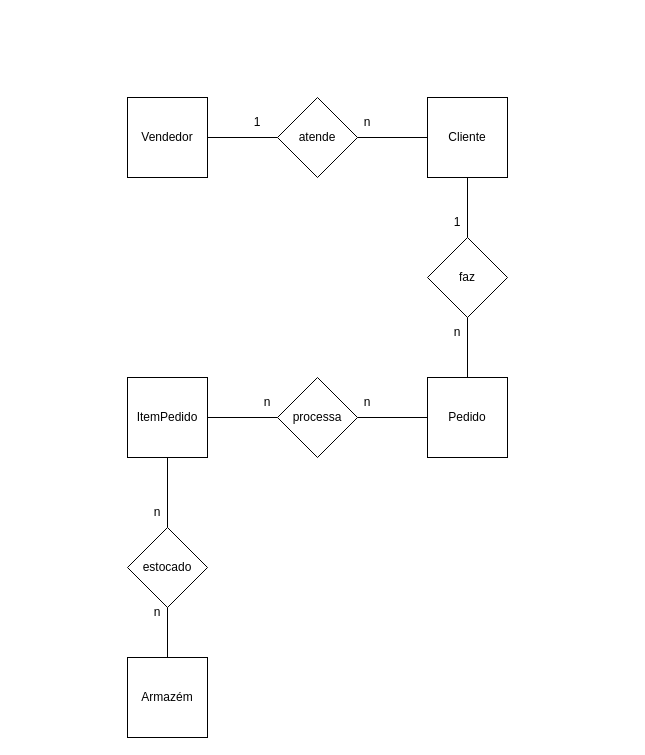
The draw.io diagram exer02_06.drawio in gv01d/BD, before the edit. Source tidied: cells renumbered, new cells numbered last; positions are measured from the earlier drawing's top-left corner, leaving out a move shared by most shapes. Both pictures are drawn from the tidied source at 100%, with x=0, y=0 at pixel (127, 97).
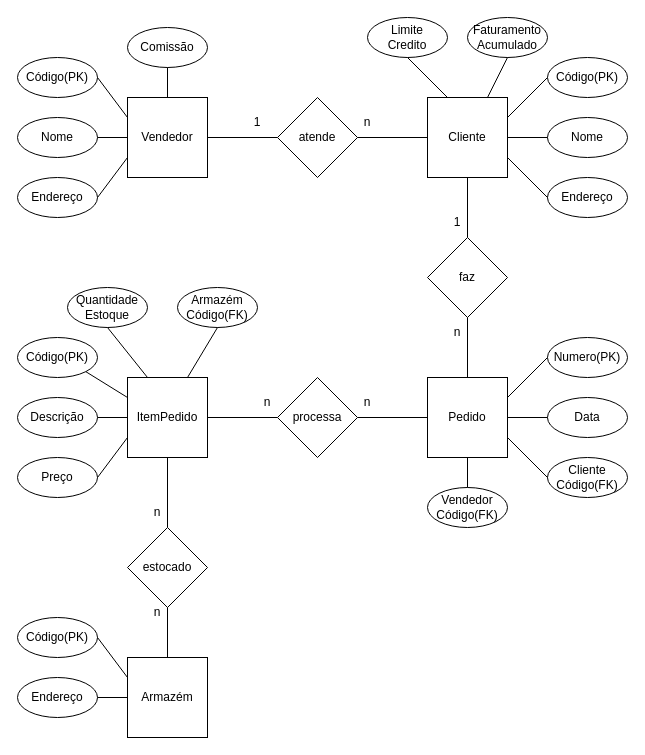
The same page after the edit.

The change refers to these unchanged cells:
```xml
<mxCell id="2" value="Vendedor" style="whiteSpace=wrap;html=1;" parent="1" vertex="1">
  <mxGeometry width="80" height="80" as="geometry" />
</mxCell>
<mxCell id="4" value="Cliente" style="whiteSpace=wrap;html=1;" parent="1" vertex="1">
  <mxGeometry x="300" width="80" height="80" as="geometry" />
</mxCell>
<mxCell id="5" value="Armazém" style="whiteSpace=wrap;html=1;" parent="1" vertex="1">
  <mxGeometry y="560" width="80" height="80" as="geometry" />
</mxCell>
<mxCell id="6" value="ItemPedido" style="whiteSpace=wrap;html=1;" parent="1" vertex="1">
  <mxGeometry y="280" width="80" height="80" as="geometry" />
</mxCell>
<mxCell id="10" value="Pedido" style="whiteSpace=wrap;html=1;" parent="1" vertex="1">
  <mxGeometry x="300" y="280" width="80" height="80" as="geometry" />
</mxCell>
```

What changed in the source:
```diff
@@
+    <mxCell id="27" value="Código(PK)" style="ellipse;whiteSpace=wrap;html=1;" parent="1" vertex="1">
+      <mxGeometry x="-110" y="-40" width="80" height="40" as="geometry" />
+    </mxCell>
+    <mxCell id="28" value="Nome" style="ellipse;whiteSpace=wrap;html=1;" parent="1" vertex="1">
+      <mxGeometry x="-110" y="20" width="80" height="40" as="geometry" />
+    </mxCell>
+    <mxCell id="29" value="Endereço" style="ellipse;whiteSpace=wrap;html=1;" parent="1" vertex="1">
+      <mxGeometry x="-110" y="80" width="80" height="40" as="geometry" />
+    </mxCell>
+    <mxCell id="30" value="Comissão" style="ellipse;whiteSpace=wrap;html=1;" parent="1" vertex="1">
+      <mxGeometry y="-70" width="80" height="40" as="geometry" />
+    </mxCell>
+    <mxCell id="31" style="endArrow=none;html=1;rounded=0;entryX=0.5;entryY=1;entryDx=0;entryDy=0;exitX=0.5;exitY=0;exitDx=0;exitDy=0;" parent="1" edge="1" source="2" target="30">
+      <mxGeometry relative="1" as="geometry" />
+    </mxCell>
+    <mxCell id="32" style="endArrow=none;html=1;rounded=0;entryX=1;entryY=0.5;entryDx=0;entryDy=0;exitX=0;exitY=0.25;exitDx=0;exitDy=0;" parent="1" edge="1" source="2" target="27">
+      <mxGeometry relative="1" as="geometry" />
+    </mxCell>
+    <mxCell id="33" style="endArrow=none;html=1;rounded=0;entryX=1;entryY=0.5;entryDx=0;entryDy=0;exitX=0;exitY=0.5;exitDx=0;exitDy=0;" parent="1" edge="1" source="2" target="28">
+      <mxGeometry relative="1" as="geometry" />
+    </mxCell>
+    <mxCell id="34" style="endArrow=none;html=1;rounded=0;entryX=1;entryY=0.5;entryDx=0;entryDy=0;exitX=0;exitY=0.75;exitDx=0;exitDy=0;" parent="1" edge="1" source="2" target="29">
+      <mxGeometry relative="1" as="geometry" />
+    </mxCell>
+    <mxCell id="35" value="Código(PK)" style="ellipse;whiteSpace=wrap;html=1;" parent="1" vertex="1">
+      <mxGeometry x="420" y="-40" width="80" height="40" as="geometry" />
+    </mxCell>
+    <mxCell id="36" value="Nome" style="ellipse;whiteSpace=wrap;html=1;" parent="1" vertex="1">
+      <mxGeometry x="420" y="20" width="80" height="40" as="geometry" />
+    </mxCell>
+    <mxCell id="37" value="Endereço" style="ellipse;whiteSpace=wrap;html=1;" parent="1" vertex="1">
+      <mxGeometry x="420" y="80" width="80" height="40" as="geometry" />
+    </mxCell>
+    <mxCell id="38" value="Faturamento&lt;br&gt;Acumulado" style="ellipse;whiteSpace=wrap;html=1;" parent="1" vertex="1">
+      <mxGeometry x="340" y="-80" width="80" height="40" as="geometry" />
+    </mxCell>
+    <mxCell id="39" value="Limite&lt;br&gt;Credito" style="ellipse;whiteSpace=wrap;html=1;" parent="1" vertex="1">
+      <mxGeometry x="240" y="-80" width="80" height="40" as="geometry" />
+    </mxCell>
+    <mxCell id="40" style="endArrow=none;html=1;rounded=0;exitX=0.5;exitY=1;exitDx=0;exitDy=0;entryX=0.25;entryY=0;entryDx=0;entryDy=0;" parent="1" edge="1" source="39" target="4">
+      <mxGeometry relative="1" as="geometry" />
+    </mxCell>
+    <mxCell id="41" style="endArrow=none;html=1;rounded=0;exitX=0.5;exitY=1;exitDx=0;exitDy=0;entryX=0.75;entryY=0;entryDx=0;entryDy=0;" parent="1" edge="1" source="38" target="4">
+      <mxGeometry relative="1" as="geometry" />
+    </mxCell>
+    <mxCell id="42" style="endArrow=none;html=1;rounded=0;exitX=0;exitY=0.5;exitDx=0;exitDy=0;entryX=1;entryY=0.25;entryDx=0;entryDy=0;" parent="1" edge="1" source="35" target="4">
+      <mxGeometry relative="1" as="geometry" />
+    </mxCell>
+    <mxCell id="43" style="endArrow=none;html=1;rounded=0;exitX=0;exitY=0.5;exitDx=0;exitDy=0;entryX=1;entryY=0.5;entryDx=0;entryDy=0;" parent="1" edge="1" source="36" target="4">
+      <mxGeometry relative="1" as="geometry" />
+    </mxCell>
+    <mxCell id="44" style="endArrow=none;html=1;rounded=0;exitX=0;exitY=0.5;exitDx=0;exitDy=0;entryX=1;entryY=0.75;entryDx=0;entryDy=0;" parent="1" edge="1" source="37" target="4">
+      <mxGeometry relative="1" as="geometry" />
+    </mxCell>
+    <mxCell id="45" value="Numero(PK)" style="ellipse;whiteSpace=wrap;html=1;" parent="1" vertex="1">
+      <mxGeometry x="420" y="240" width="80" height="40" as="geometry" />
+    </mxCell>
+    <mxCell id="46" value="Data" style="ellipse;whiteSpace=wrap;html=1;" parent="1" vertex="1">
+      <mxGeometry x="420" y="300" width="80" height="40" as="geometry" />
+    </mxCell>
+    <mxCell id="47" value="Cliente&lt;br&gt;Código(FK)" style="ellipse;whiteSpace=wrap;html=1;" parent="1" vertex="1">
+      <mxGeometry x="420" y="360" width="80" height="40" as="geometry" />
+    </mxCell>
+    <mxCell id="48" value="Vendedor&lt;br&gt;Código(FK)" style="ellipse;whiteSpace=wrap;html=1;" parent="1" vertex="1">
+      <mxGeometry x="300" y="390" width="80" height="40" as="geometry" />
+    </mxCell>
+    <mxCell id="49" style="endArrow=none;html=1;rounded=0;entryX=0.5;entryY=1;entryDx=0;entryDy=0;exitX=0.5;exitY=0;exitDx=0;exitDy=0;" parent="1" edge="1" source="48" target="10">
+      <mxGeometry relative="1" as="geometry" />
+    </mxCell>
+    <mxCell id="50" style="endArrow=none;html=1;rounded=0;entryX=0;entryY=0.5;entryDx=0;entryDy=0;exitX=1;exitY=0.75;exitDx=0;exitDy=0;" parent="1" edge="1" source="10" target="47">
+      <mxGeometry relative="1" as="geometry" />
+    </mxCell>
+    <mxCell id="51" style="endArrow=none;html=1;rounded=0;entryX=1;entryY=0.5;entryDx=0;entryDy=0;exitX=0;exitY=0.5;exitDx=0;exitDy=0;" parent="1" edge="1" source="46" target="10">
+      <mxGeometry relative="1" as="geometry" />
+    </mxCell>
+    <mxCell id="52" style="endArrow=none;html=1;rounded=0;entryX=0;entryY=0.5;entryDx=0;entryDy=0;exitX=1;exitY=0.25;exitDx=0;exitDy=0;" parent="1" edge="1" source="10" target="45">
+      <mxGeometry relative="1" as="geometry" />
+    </mxCell>
+    <mxCell id="53" value="Código(PK)" style="ellipse;whiteSpace=wrap;html=1;" parent="1" vertex="1">
+      <mxGeometry x="-110" y="240" width="80" height="40" as="geometry" />
+    </mxCell>
+    <mxCell id="54" value="Descrição" style="ellipse;whiteSpace=wrap;html=1;" parent="1" vertex="1">
+      <mxGeometry x="-110" y="300" width="80" height="40" as="geometry" />
+    </mxCell>
+    <mxCell id="55" value="Preço" style="ellipse;whiteSpace=wrap;html=1;" parent="1" vertex="1">
+      <mxGeometry x="-110" y="360" width="80" height="40" as="geometry" />
+    </mxCell>
+    <mxCell id="56" value="Quantidade&lt;br&gt;Estoque" style="ellipse;whiteSpace=wrap;html=1;" parent="1" vertex="1">
+      <mxGeometry x="-60" y="190" width="80" height="40" as="geometry" />
+    </mxCell>
+    <mxCell id="57" value="Armazém&lt;br&gt;Código(FK)" style="ellipse;whiteSpace=wrap;html=1;" parent="1" vertex="1">
+      <mxGeometry x="50" y="190" width="80" height="40" as="geometry" />
+    </mxCell>
+    <mxCell id="58" style="endArrow=none;html=1;rounded=0;entryX=0.75;entryY=0;entryDx=0;entryDy=0;exitX=0.5;exitY=1;exitDx=0;exitDy=0;" parent="1" edge="1" source="57" target="6">
+      <mxGeometry relative="1" as="geometry" />
+    </mxCell>
+    <mxCell id="59" style="endArrow=none;html=1;rounded=0;entryX=0.5;entryY=1;entryDx=0;entryDy=0;exitX=0.25;exitY=0;exitDx=0;exitDy=0;" parent="1" edge="1" source="6" target="56">
+      <mxGeometry relative="1" as="geometry" />
+    </mxCell>
+    <mxCell id="60" style="endArrow=none;html=1;rounded=0;entryX=1;entryY=1;entryDx=0;entryDy=0;exitX=0;exitY=0.25;exitDx=0;exitDy=0;" parent="1" edge="1" source="6" target="53">
+      <mxGeometry relative="1" as="geometry" />
+    </mxCell>
+    <mxCell id="61" style="endArrow=none;html=1;rounded=0;entryX=1;entryY=0.5;entryDx=0;entryDy=0;exitX=0;exitY=0.5;exitDx=0;exitDy=0;" parent="1" edge="1" source="6" target="54">
+      <mxGeometry relative="1" as="geometry" />
+    </mxCell>
+    <mxCell id="62" style="endArrow=none;html=1;rounded=0;entryX=1;entryY=0.5;entryDx=0;entryDy=0;exitX=0;exitY=0.75;exitDx=0;exitDy=0;" parent="1" edge="1" source="6" target="55">
+      <mxGeometry relative="1" as="geometry" />
+    </mxCell>
+    <mxCell id="63" value="Código(PK)" style="ellipse;whiteSpace=wrap;html=1;" parent="1" vertex="1">
+      <mxGeometry x="-110" y="520" width="80" height="40" as="geometry" />
+    </mxCell>
+    <mxCell id="64" value="Endereço" style="ellipse;whiteSpace=wrap;html=1;" parent="1" vertex="1">
+      <mxGeometry x="-110" y="580" width="80" height="40" as="geometry" />
+    </mxCell>
+    <mxCell id="65" style="endArrow=none;html=1;rounded=0;entryX=1;entryY=0.5;entryDx=0;entryDy=0;exitX=0;exitY=0.25;exitDx=0;exitDy=0;" parent="1" edge="1" source="5" target="63">
+      <mxGeometry relative="1" as="geometry" />
+    </mxCell>
+    <mxCell id="66" style="endArrow=none;html=1;rounded=0;entryX=1;entryY=0.5;entryDx=0;entryDy=0;exitX=0;exitY=0.5;exitDx=0;exitDy=0;" parent="1" edge="1" source="5" target="64">
+      <mxGeometry relative="1" as="geometry" />
+    </mxCell>
```
